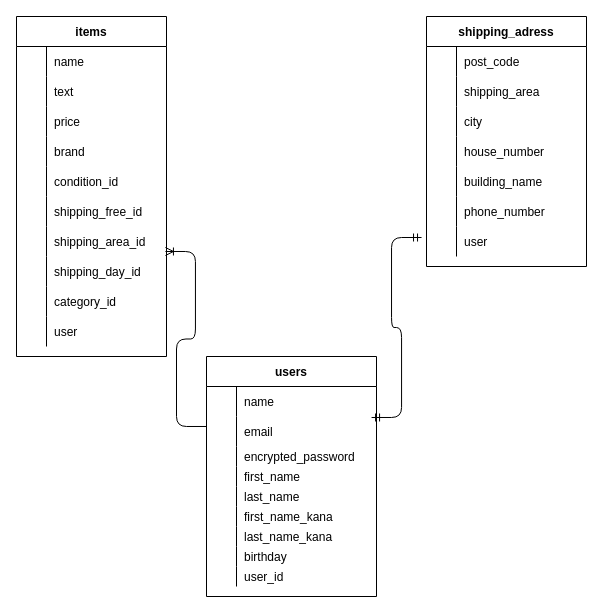
Before: test.dio in protein0917/furima-53054, a draw.io diagram. Source tidied: cells renumbered, new cells numbered last; positions are measured from the earlier drawing's top-left corner, leaving out a move shared by most shapes. Both pictures are drawn from the tidied source at 100%, with x=0, y=0 at pixel (16, 16).
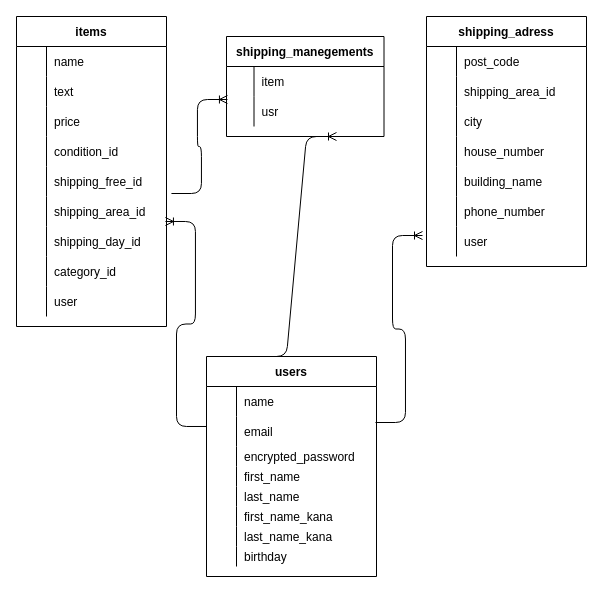
After the change.

The change refers to these unchanged cells:
```xml
<mxCell id="6" style="shape=partialRectangle;fillColor=none;top=0;left=0;bottom=0;right=0;points=[[0,0.5],[1,0.5]];portConstraint=eastwest;" parent="2" vertex="1">
  <mxGeometry y="60" width="170" height="30" as="geometry" />
</mxCell>
<mxCell id="65" style="shape=partialRectangle;fillColor=none;top=0;left=0;bottom=0;right=0;" parent="61" vertex="1">
  <mxGeometry y="60" width="160" height="30" as="geometry" />
</mxCell>
<mxCell id="80" style="shape=partialRectangle;fillColor=none;top=0;left=0;bottom=0;right=0;points=[[0,0.5],[1,0.5]];portConstraint=eastwest;" parent="61" vertex="1">
  <mxGeometry y="210" width="160" height="30" as="geometry" />
</mxCell>
```

The edit, as a diff of the source:
```diff
@@
     <mxCell id="2" value="users" style="shape=table;startSize=30;childLayout=tableLayout;rowLines=0;fontStyle=1;align=center;verticalAlign=middle;horizontal=1;" parent="1" vertex="1">
-      <mxGeometry x="190" y="340" width="170" height="240" as="geometry" />
+      <mxGeometry x="190" y="340" width="170" height="220" as="geometry" />
     </mxCell>
@@
-    <mxCell id="27" style="shape=partialRectangle;fillColor=none;top=0;left=0;bottom=0;right=0;" parent="2" vertex="1">
-      <mxGeometry y="210" width="170" height="20" as="geometry" />
-    </mxCell>
-    <mxCell id="28" style="shape=partialRectangle;fillColor=none;top=0;left=0;bottom=0;right=0;overflow=hidden;" parent="27" vertex="1">
-      <mxGeometry width="30" height="20" as="geometry" />
-    </mxCell>
-    <mxCell id="29" value="user_id" style="shape=partialRectangle;fillColor=none;top=0;left=0;bottom=0;right=0;align=left;spacingLeft=6;overflow=hidden;" parent="27" vertex="1">
-      <mxGeometry x="30" width="140" height="20" as="geometry" />
-    </mxCell>
     <mxCell id="30" value="items" style="shape=table;startSize=30;childLayout=tableLayout;rowLines=0;fontStyle=1;align=center;" parent="1" vertex="1">
-      <mxGeometry width="150" height="340" as="geometry" />
+      <mxGeometry width="150" height="310" as="geometry" />
     </mxCell>
@@
-    <mxCell id="40" style="shape=partialRectangle;fillColor=none;top=0;left=0;bottom=0;right=0;" parent="30" vertex="1">
-      <mxGeometry y="120" width="150" height="30" as="geometry" />
-    </mxCell>
-    <mxCell id="41" style="shape=partialRectangle;fillColor=none;top=0;left=0;bottom=0;right=0;overflow=hidden;" parent="40" vertex="1">
-      <mxGeometry width="30" height="30" as="geometry" />
-    </mxCell>
-    <mxCell id="42" value="brand" style="shape=partialRectangle;fillColor=none;top=0;left=0;bottom=0;right=0;align=left;spacingLeft=6;overflow=hidden;" parent="40" vertex="1">
-      <mxGeometry x="30" width="120" height="30" as="geometry" />
-    </mxCell>
     <mxCell id="43" style="shape=partialRectangle;fillColor=none;top=0;left=0;bottom=0;right=0;" parent="30" vertex="1">
-      <mxGeometry y="150" width="150" height="30" as="geometry" />
+      <mxGeometry y="120" width="150" height="30" as="geometry" />
     </mxCell>
@@
     <mxCell id="46" style="shape=partialRectangle;fillColor=none;top=0;left=0;bottom=0;right=0;" parent="30" vertex="1">
-      <mxGeometry y="180" width="150" height="30" as="geometry" />
+      <mxGeometry y="150" width="150" height="30" as="geometry" />
     </mxCell>
@@
     <mxCell id="49" style="shape=partialRectangle;fillColor=none;top=0;left=0;bottom=0;right=0;points=[[0,0.5],[1,0.5]];portConstraint=eastwest;" parent="30" vertex="1">
-      <mxGeometry y="210" width="150" height="30" as="geometry" />
+      <mxGeometry y="180" width="150" height="30" as="geometry" />
     </mxCell>
@@
     <mxCell id="52" style="shape=partialRectangle;fillColor=none;top=0;left=0;bottom=0;right=0;" parent="30" vertex="1">
-      <mxGeometry y="240" width="150" height="30" as="geometry" />
+      <mxGeometry y="210" width="150" height="30" as="geometry" />
     </mxCell>
@@
     <mxCell id="55" style="shape=partialRectangle;fillColor=none;top=0;left=0;bottom=0;right=0;" parent="30" vertex="1">
-      <mxGeometry y="270" width="150" height="30" as="geometry" />
+      <mxGeometry y="240" width="150" height="30" as="geometry" />
     </mxCell>
@@
     <mxCell id="58" style="shape=partialRectangle;fillColor=none;top=0;left=0;bottom=0;right=0;" parent="30" vertex="1">
-      <mxGeometry y="300" width="150" height="30" as="geometry" />
+      <mxGeometry y="270" width="150" height="30" as="geometry" />
     </mxCell>
@@
-    <mxCell id="67" value="shipping_area" style="shape=partialRectangle;fillColor=none;top=0;left=0;bottom=0;right=0;align=left;spacingLeft=6;overflow=hidden;" parent="65" vertex="1">
+    <mxCell id="67" value="shipping_area_id" style="shape=partialRectangle;fillColor=none;top=0;left=0;bottom=0;right=0;align=left;spacingLeft=6;overflow=hidden;" parent="65" vertex="1">
       <mxGeometry x="30" width="130" height="30" as="geometry" />
     </mxCell>
@@
-    <mxCell id="84" style="edgeStyle=entityRelationEdgeStyle;fontSize=12;html=1;endArrow=ERmandOne;startArrow=ERmandOne;entryX=-0.031;entryY=0.367;entryDx=0;entryDy=0;entryPerimeter=0;exitX=0.971;exitY=0.033;exitDx=0;exitDy=0;exitPerimeter=0;" parent="1" edge="1" source="6" target="80">
+    <mxCell id="84" style="edgeStyle=entityRelationEdgeStyle;fontSize=12;html=1;endArrow=ERoneToMany;entryX=-0.025;entryY=0.3;entryDx=0;entryDy=0;entryPerimeter=0;exitX=0.994;exitY=0.2;exitDx=0;exitDy=0;exitPerimeter=0;" parent="1" edge="1" source="6" target="80">
       <mxGeometry relative="1" as="geometry" />
     </mxCell>
+    <mxCell id="85" value="shipping_manegements" style="shape=table;startSize=30;childLayout=tableLayout;rowLines=0;fontStyle=1;align=center;" parent="1" vertex="1">
+      <mxGeometry x="210" y="20" width="157.5" height="100" as="geometry" />
+    </mxCell>
+    <mxCell id="86" style="shape=partialRectangle;fillColor=none;top=0;left=0;bottom=0;right=0;" parent="85" vertex="1">
+      <mxGeometry y="30" width="157.5" height="30" as="geometry" />
+    </mxCell>
+    <mxCell id="87" style="shape=partialRectangle;fillColor=none;top=0;left=0;bottom=0;right=0;overflow=hidden;" parent="86" vertex="1">
+      <mxGeometry width="27.5" height="30" as="geometry" />
+    </mxCell>
+    <mxCell id="88" value="item" style="shape=partialRectangle;fillColor=none;top=0;left=0;bottom=0;right=0;align=left;spacingLeft=6;overflow=hidden;" parent="86" vertex="1">
+      <mxGeometry x="27.5" width="130" height="30" as="geometry" />
+    </mxCell>
+    <mxCell id="89" style="shape=partialRectangle;fillColor=none;top=0;left=0;bottom=0;right=0;points=[[0,0.5],[1,0.5]];portConstraint=eastwest;" parent="85" vertex="1">
+      <mxGeometry y="60" width="157.5" height="30" as="geometry" />
+    </mxCell>
+    <mxCell id="90" style="shape=partialRectangle;fillColor=none;top=0;left=0;bottom=0;right=0;overflow=hidden;" parent="89" vertex="1">
+      <mxGeometry width="27.5" height="30" as="geometry" />
+    </mxCell>
+    <mxCell id="91" value="usr" style="shape=partialRectangle;fillColor=none;top=0;left=0;bottom=0;right=0;align=left;spacingLeft=6;overflow=hidden;" parent="89" vertex="1">
+      <mxGeometry x="27.5" width="130" height="30" as="geometry" />
+    </mxCell>
+    <mxCell id="92" style="edgeStyle=entityRelationEdgeStyle;fontSize=12;html=1;endArrow=ERoneToMany;exitX=0.294;exitY=0;exitDx=0;exitDy=0;exitPerimeter=0;" parent="1" edge="1" source="2">
+      <mxGeometry relative="1" as="geometry">
+        <mxPoint x="320" y="120" as="targetPoint" />
+      </mxGeometry>
+    </mxCell>
+    <mxCell id="93" style="edgeStyle=entityRelationEdgeStyle;fontSize=12;html=1;endArrow=ERoneToMany;exitX=1.033;exitY=-0.1;exitDx=0;exitDy=0;exitPerimeter=0;entryX=0.006;entryY=0.1;entryDx=0;entryDy=0;entryPerimeter=0;" parent="1" edge="1" source="49" target="89">
+      <mxGeometry relative="1" as="geometry" />
+    </mxCell>
```
